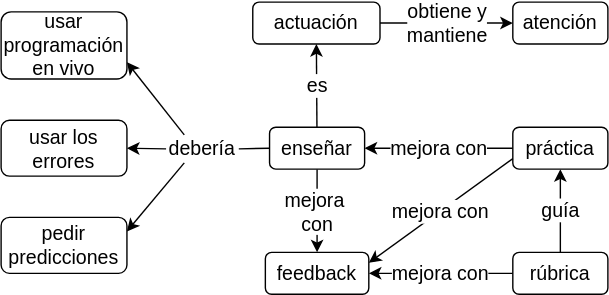
Earlier version of the draw.io export es/drawio/conceptmap-feedback.svg (gvwilson/teachtogether.tech). Source tidied: cells renumbered, new cells last; positions are measured from the earlier drawing's top-left corner, leaving out a move shared by most shapes.
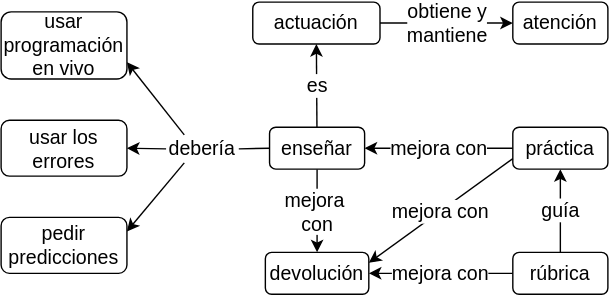
After the change.

Commit message:
Translate feedback as devolución

Diff of the diagram source:
```diff
@@ -11,7 +11,7 @@
     <mxCell id="4" value="atención" style="rounded=1;whiteSpace=wrap;html=1;fontSize=14;" parent="1" vertex="1">
       <mxGeometry x="366" width="68" height="30" as="geometry" />
     </mxCell>
-    <mxCell id="5" value="feedback&lt;br&gt;" style="rounded=1;whiteSpace=wrap;html=1;fontSize=14;" parent="1" vertex="1">
+    <mxCell id="5" value="devolución" style="rounded=1;whiteSpace=wrap;html=1;fontSize=14;" parent="1" vertex="1">
       <mxGeometry x="189" y="179" width="74" height="30" as="geometry" />
     </mxCell>
     <mxCell id="6" value="guía" style="edgeStyle=orthogonalEdgeStyle;rounded=0;jettySize=auto;html=1;exitX=0.5;exitY=0;exitDx=0;exitDy=0;entryX=0.5;entryY=1;entryDx=0;entryDy=0;fontSize=14;" parent="1" edge="1" source="8" target="10">
```
